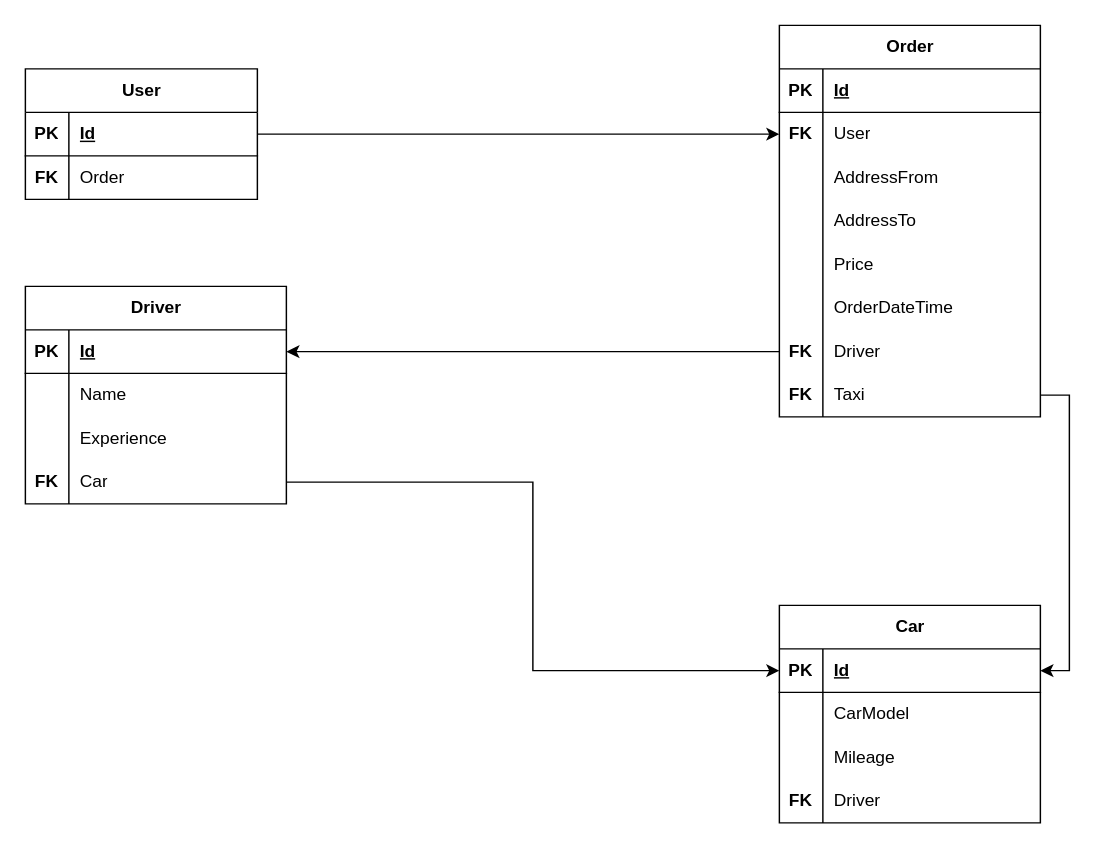
This is docs/cagmanagementsystemdatabase.drawio from CloudlyFog/CabManagementSystemAPI, a draw.io file, before an edit. Source tidied: cells renumbered, new cells numbered last; positions are measured from the earlier drawing's top-left corner, leaving out a move shared by most shapes. Both pictures are drawn from the tidied source at 145%, with x=0, y=0 at pixel (25, 25).
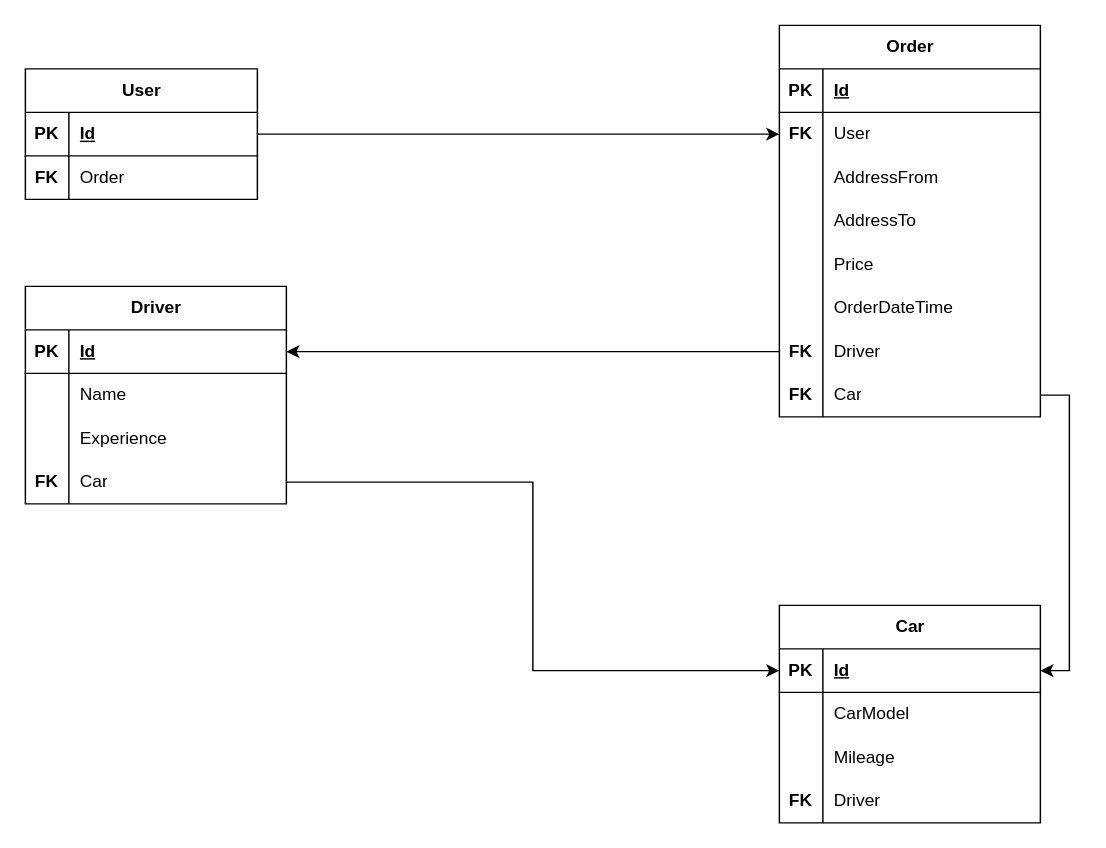
Above is the later version.

Unchanged cells that the change refers to:
```xml
<mxCell id="31" style="shape=tableRow;horizontal=0;startSize=0;swimlaneHead=0;swimlaneBody=0;fillColor=none;points=[[0,0.5],[1,0.5]];portConstraint=eastwest;top=0;left=0;right=0;bottom=0;" parent="9" vertex="1">
  <mxGeometry y="240" width="180" height="30" as="geometry" />
</mxCell>
```

The edit, as a diff of the source:
```diff
@@
-    <mxCell id="33" value="Taxi" style="shape=partialRectangle;fillColor=none;top=0;left=0;bottom=0;right=0;align=left;spacingLeft=6;overflow=hidden;whiteSpace=wrap;html=1;" parent="31" vertex="1">
+    <mxCell id="33" value="Car" style="shape=partialRectangle;fillColor=none;top=0;left=0;bottom=0;right=0;align=left;spacingLeft=6;overflow=hidden;whiteSpace=wrap;html=1;" parent="31" vertex="1">
       <mxGeometry x="30" width="150" height="30" as="geometry" />
     </mxCell>
```
